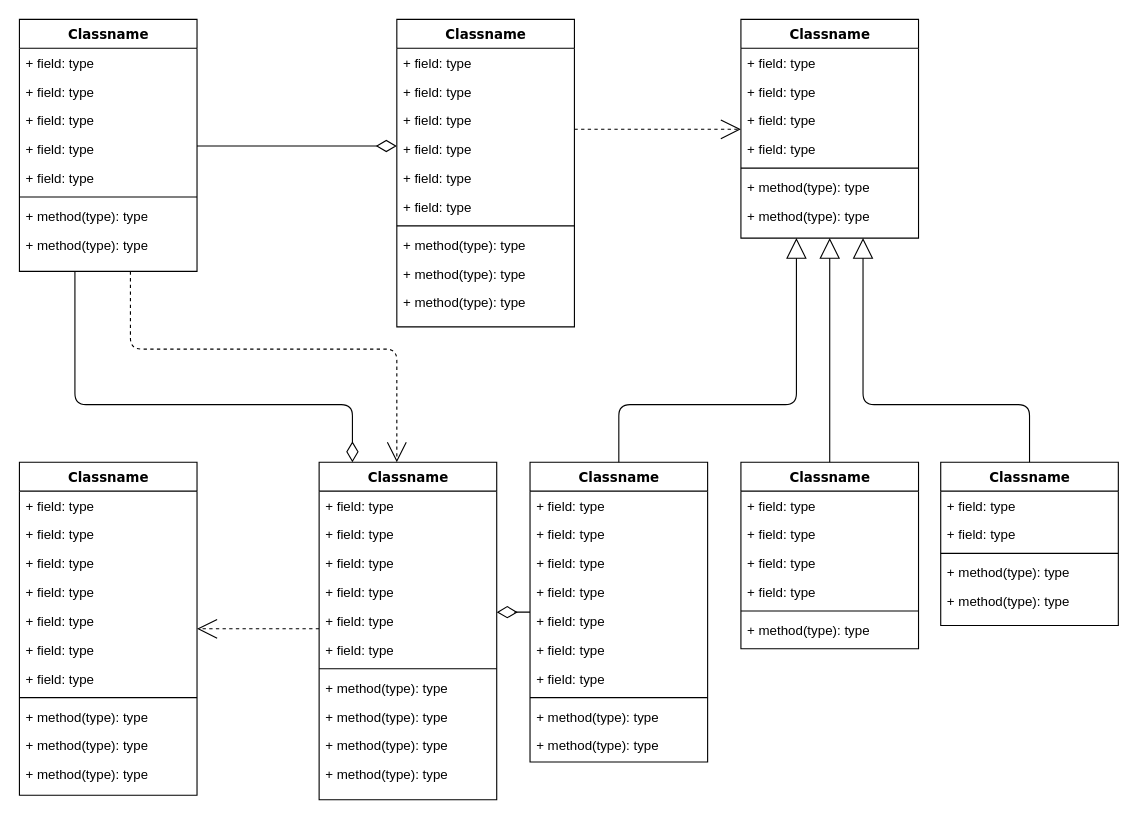
Above: rent.drawio in Mauri1435/rent (draw.io), before the change. Source tidied: cells renumbered, new cells numbered last; positions are measured from the earlier drawing's top-left corner, leaving out a move shared by most shapes. Both pictures are drawn from the tidied source at 111%, with x=0, y=0 at pixel (19, 19).
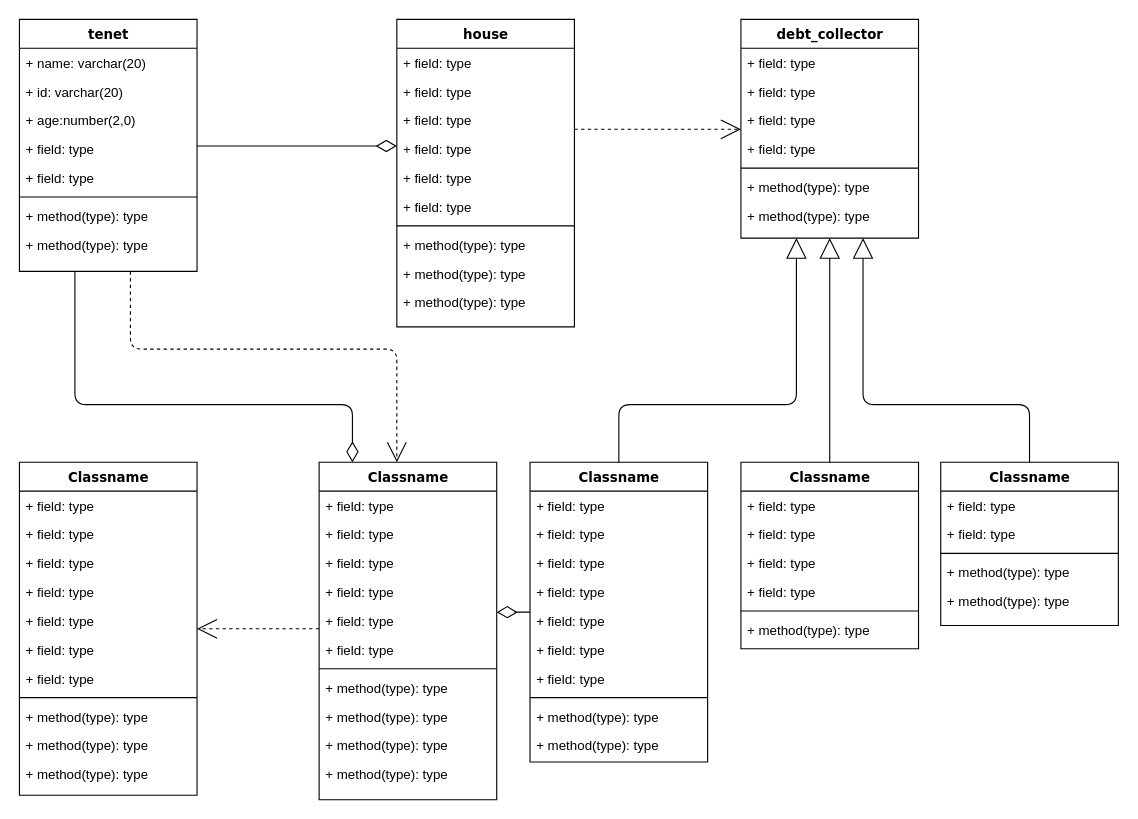
The same page after the edit.

What changed in the source:
```diff
@@
-    <mxCell id="4" value="Classname" style="swimlane;html=1;fontStyle=1;align=center;verticalAlign=top;horizontal=1;startSize=26;swimlaneFillColor=#ffffff;rounded=0;shadow=0;comic=0;labelBackgroundColor=none;strokeWidth=1;fillColor=none;fontFamily=Verdana;fontSize=12;" parent="1" vertex="1">
+    <mxCell id="4" value="tenet" style="swimlane;html=1;fontStyle=1;align=center;verticalAlign=top;horizontal=1;startSize=26;swimlaneFillColor=#ffffff;rounded=0;shadow=0;comic=0;labelBackgroundColor=none;strokeWidth=1;fillColor=none;fontFamily=Verdana;fontSize=12;" parent="1" vertex="1">
       <mxGeometry width="160" height="227" as="geometry" />
     </mxCell>
-    <mxCell id="5" value="+ field: type" style="text;html=1;strokeColor=none;fillColor=none;align=left;verticalAlign=top;spacingLeft=4;spacingRight=4;whiteSpace=wrap;overflow=hidden;" parent="4" vertex="1">
+    <mxCell id="5" value="+ name: varchar(20)" style="text;html=1;strokeColor=none;fillColor=none;align=left;verticalAlign=top;spacingLeft=4;spacingRight=4;whiteSpace=wrap;overflow=hidden;" parent="4" vertex="1">
       <mxGeometry y="26" width="160" height="26" as="geometry" />
     </mxCell>
-    <mxCell id="6" value="+ field: type" style="text;html=1;strokeColor=none;fillColor=none;align=left;verticalAlign=top;spacingLeft=4;spacingRight=4;whiteSpace=wrap;overflow=hidden;" parent="4" vertex="1">
+    <mxCell id="6" value="+ id: varchar(20)" style="text;html=1;strokeColor=none;fillColor=none;align=left;verticalAlign=top;spacingLeft=4;spacingRight=4;whiteSpace=wrap;overflow=hidden;" parent="4" vertex="1">
       <mxGeometry y="52" width="160" height="26" as="geometry" />
     </mxCell>
-    <mxCell id="7" value="+ field: type" style="text;html=1;strokeColor=none;fillColor=none;align=left;verticalAlign=top;spacingLeft=4;spacingRight=4;whiteSpace=wrap;overflow=hidden;" parent="4" vertex="1">
+    <mxCell id="7" value="+ age:number(2,0)" style="text;html=1;strokeColor=none;fillColor=none;align=left;verticalAlign=top;spacingLeft=4;spacingRight=4;whiteSpace=wrap;overflow=hidden;" parent="4" vertex="1">
       <mxGeometry y="78" width="160" height="26" as="geometry" />
     </mxCell>
@@
-    <mxCell id="14" value="Classname" style="swimlane;html=1;fontStyle=1;align=center;verticalAlign=top;horizontal=1;startSize=26;swimlaneFillColor=#ffffff;rounded=0;shadow=0;comic=0;labelBackgroundColor=none;strokeWidth=1;fillColor=none;fontFamily=Verdana;fontSize=12;" parent="1" vertex="1">
+    <mxCell id="14" value="house" style="swimlane;html=1;fontStyle=1;align=center;verticalAlign=top;horizontal=1;startSize=26;swimlaneFillColor=#ffffff;rounded=0;shadow=0;comic=0;labelBackgroundColor=none;strokeWidth=1;fillColor=none;fontFamily=Verdana;fontSize=12;" parent="1" vertex="1">
       <mxGeometry x="340" width="160" height="277" as="geometry" />
     </mxCell>
@@
-    <mxCell id="25" value="Classname" style="swimlane;html=1;fontStyle=1;align=center;verticalAlign=top;horizontal=1;startSize=26;swimlaneFillColor=#ffffff;rounded=0;shadow=0;comic=0;labelBackgroundColor=none;strokeWidth=1;fillColor=none;fontFamily=Verdana;fontSize=12;" parent="1" vertex="1">
+    <mxCell id="25" value="debt_collector" style="swimlane;html=1;fontStyle=1;align=center;verticalAlign=top;horizontal=1;startSize=26;swimlaneFillColor=#ffffff;rounded=0;shadow=0;comic=0;labelBackgroundColor=none;strokeWidth=1;fillColor=none;fontFamily=Verdana;fontSize=12;" parent="1" vertex="1">
       <mxGeometry x="650" width="160" height="197" as="geometry" />
     </mxCell>
```
